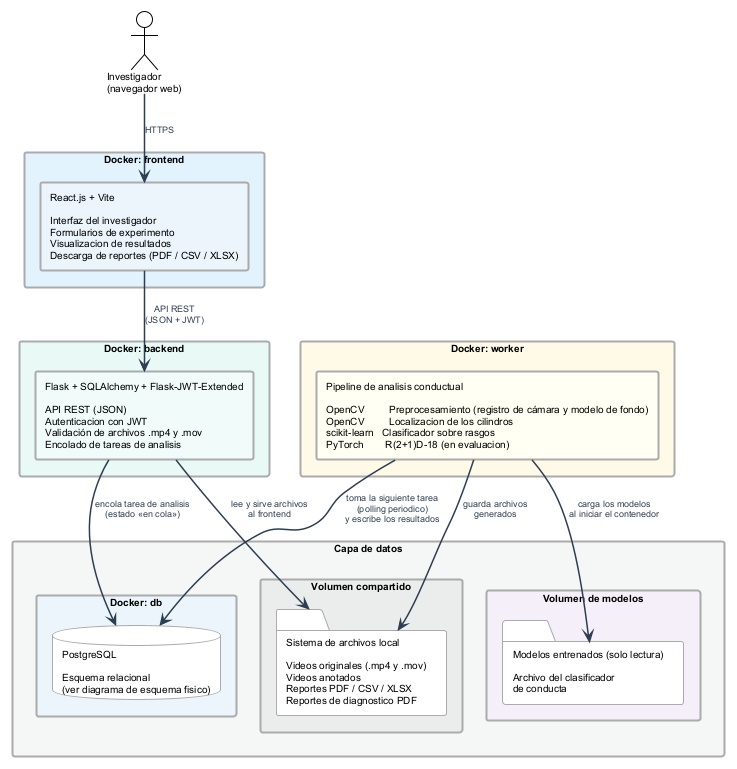
Above: figures/mermaid/arquitectura_software.png in ErickJester/fst-ai-system-latex (PlantUML), before the change.
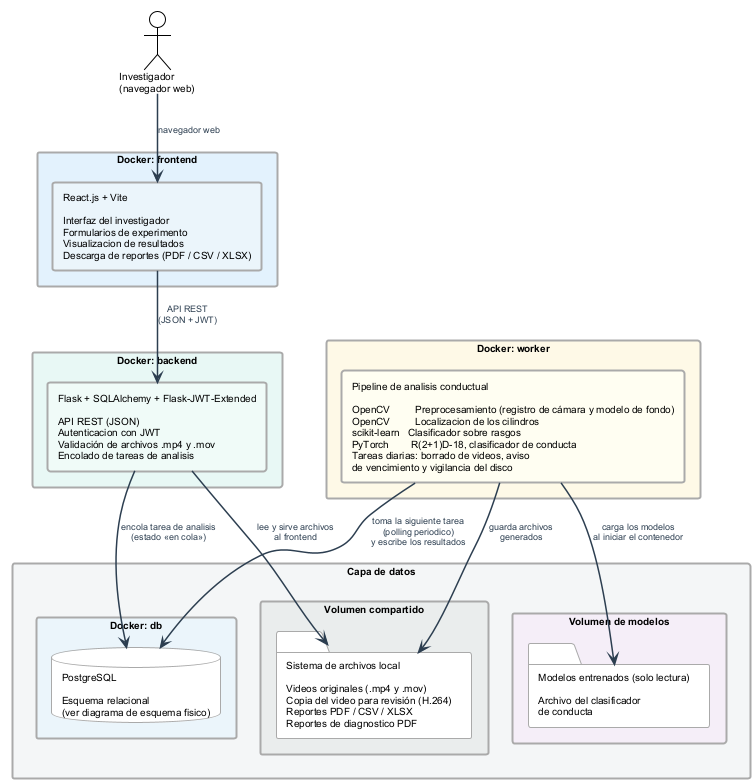
Above is the later version.

Change to the diagram source:
```diff
@@ -32,7 +32,7 @@
 
 
 rectangle "Docker: worker" as C_WK #FEF9E7 {
-  rectangle "Pipeline de analisis conductual\n\nOpenCV         Preprocesamiento (registro de cámara y modelo de fondo)\nOpenCV         Localizacion de los cilindros\nscikit-learn   Clasificador sobre rasgos\nPyTorch        R(2+1)D-18 (en evaluacion)" as WK #FFFEF2
+  rectangle "Pipeline de analisis conductual\n\nOpenCV         Preprocesamiento (registro de cámara y modelo de fondo)\nOpenCV         Localizacion de los cilindros\nscikit-learn   Clasificador sobre rasgos\nPyTorch        R(2+1)D-18, clasificador de conducta\nTareas diarias: borrado de videos, aviso\nde vencimiento y vigilancia del disco" as WK #FFFEF2
 }
 
 
@@ -43,7 +43,7 @@
   }
 
   rectangle "Volumen compartido" as C_FS #EAEDED {
-    folder "Sistema de archivos local\n\nVideos originales (.mp4 y .mov)\nVideos anotados\nReportes PDF / CSV / XLSX\nReportes de diagnostico PDF" as FS
+    folder "Sistema de archivos local\n\nVideos originales (.mp4 y .mov)\nCopia del video para revisión (H.264)\nReportes PDF / CSV / XLSX\nReportes de diagnostico PDF" as FS
   }
 
   rectangle "Volumen de modelos" as C_MD #F5EEF8 {
@@ -53,7 +53,7 @@
 }
 
 
-INV  -down->  FE  : "HTTPS"
+INV  -down->  FE  : "navegador web"
 FE   -down->  BE  : "API REST\n(JSON + JWT)"
 BE   -down->  DB  : "encola tarea de analisis\n(estado «en cola»)"
 WK   -->      DB  : "toma la siguiente tarea\n(polling periodico)\ny escribe los resultados"
```
